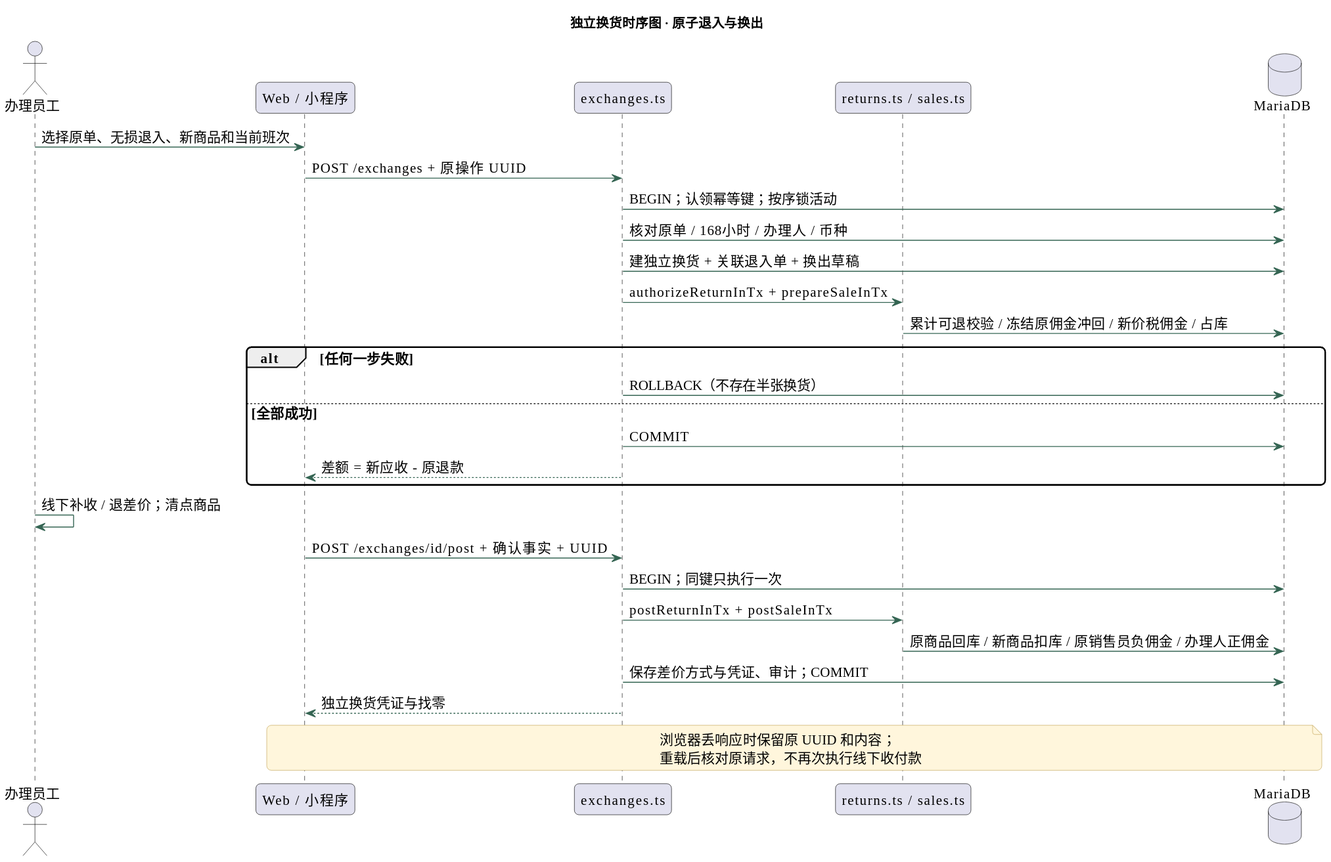
This is docs/retail-operations/diagrams/04-exchange-sequence.svg from xingchenyd/foxcore-retail, a PlantUML export, as it was before one commit.
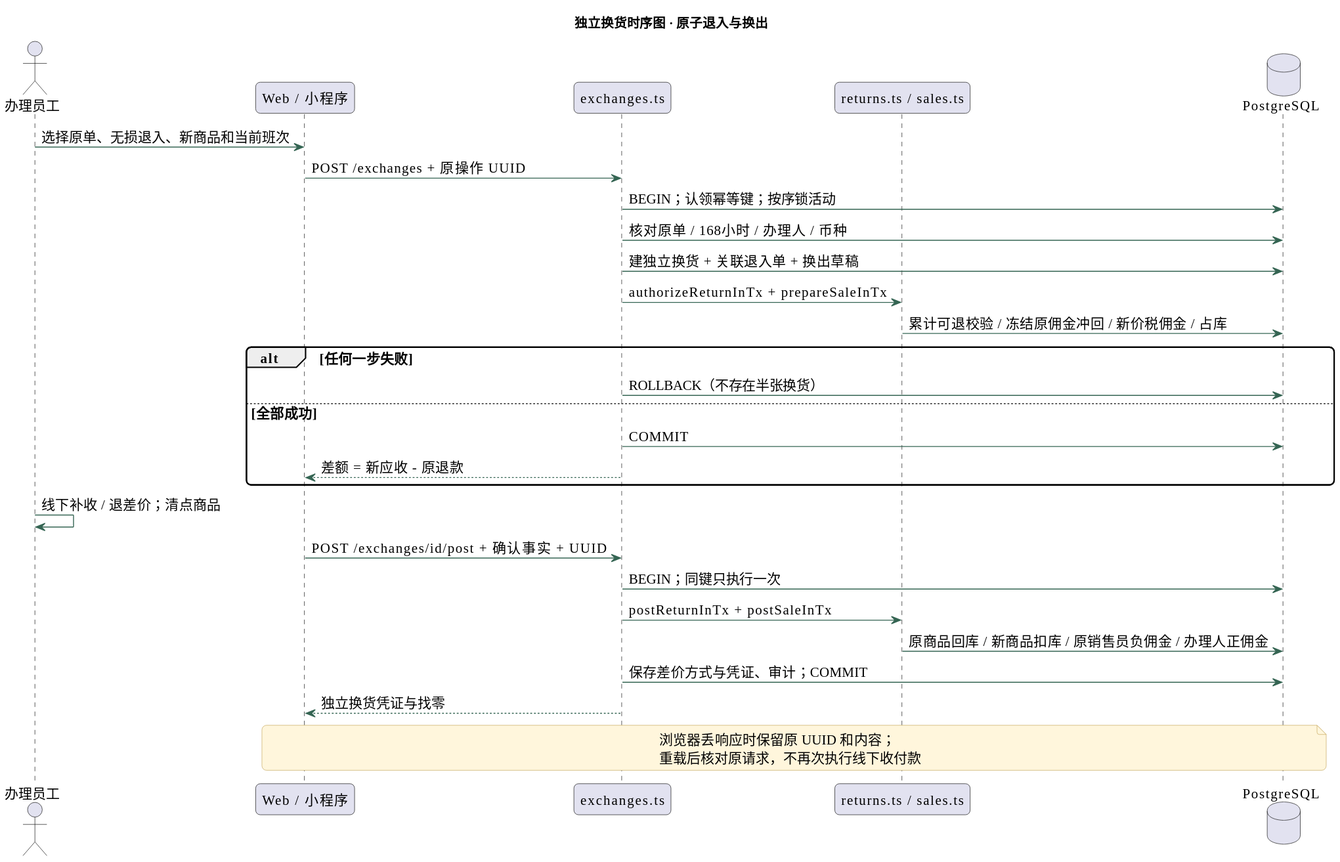
The same file after the commit.

What changed in the source:
```diff
@@ -21,7 +21,7 @@
 participant "Web / 小程序" as C
 participant "exchanges.ts" as X
 participant "returns.ts / sales.ts" as S
-database MariaDB as D
+database PostgreSQL as D
 U -> C : 选择原单、无损退入、新商品和当前班次
 C -> X : POST /exchanges + 原操作 UUID
 X -> D : BEGIN；认领幂等键；按序锁活动
```
